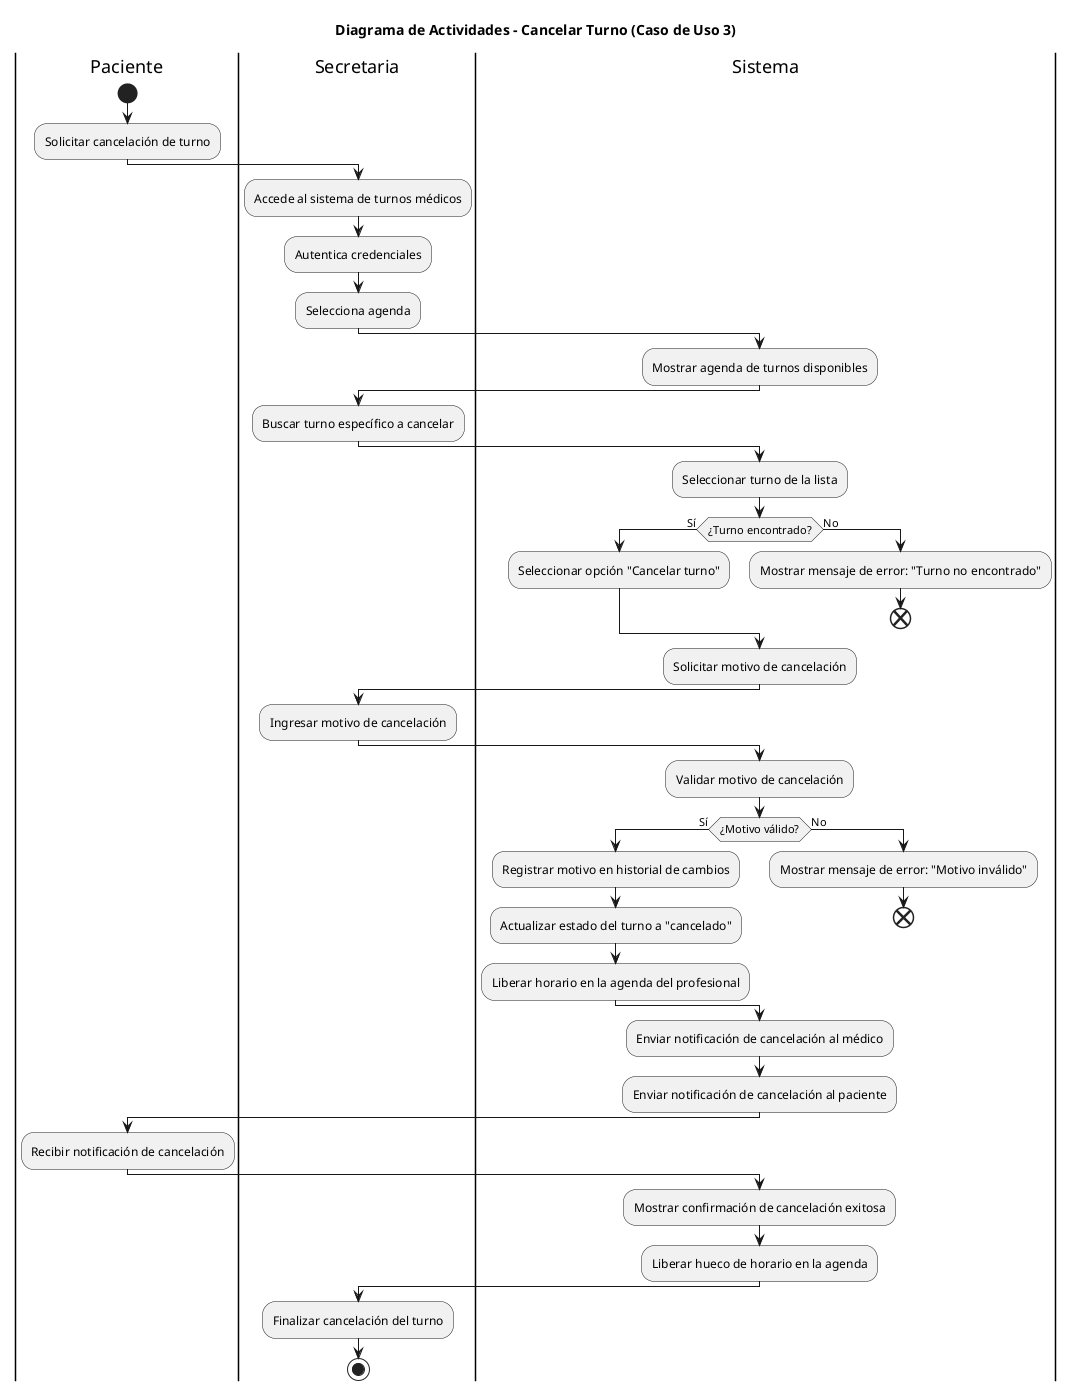
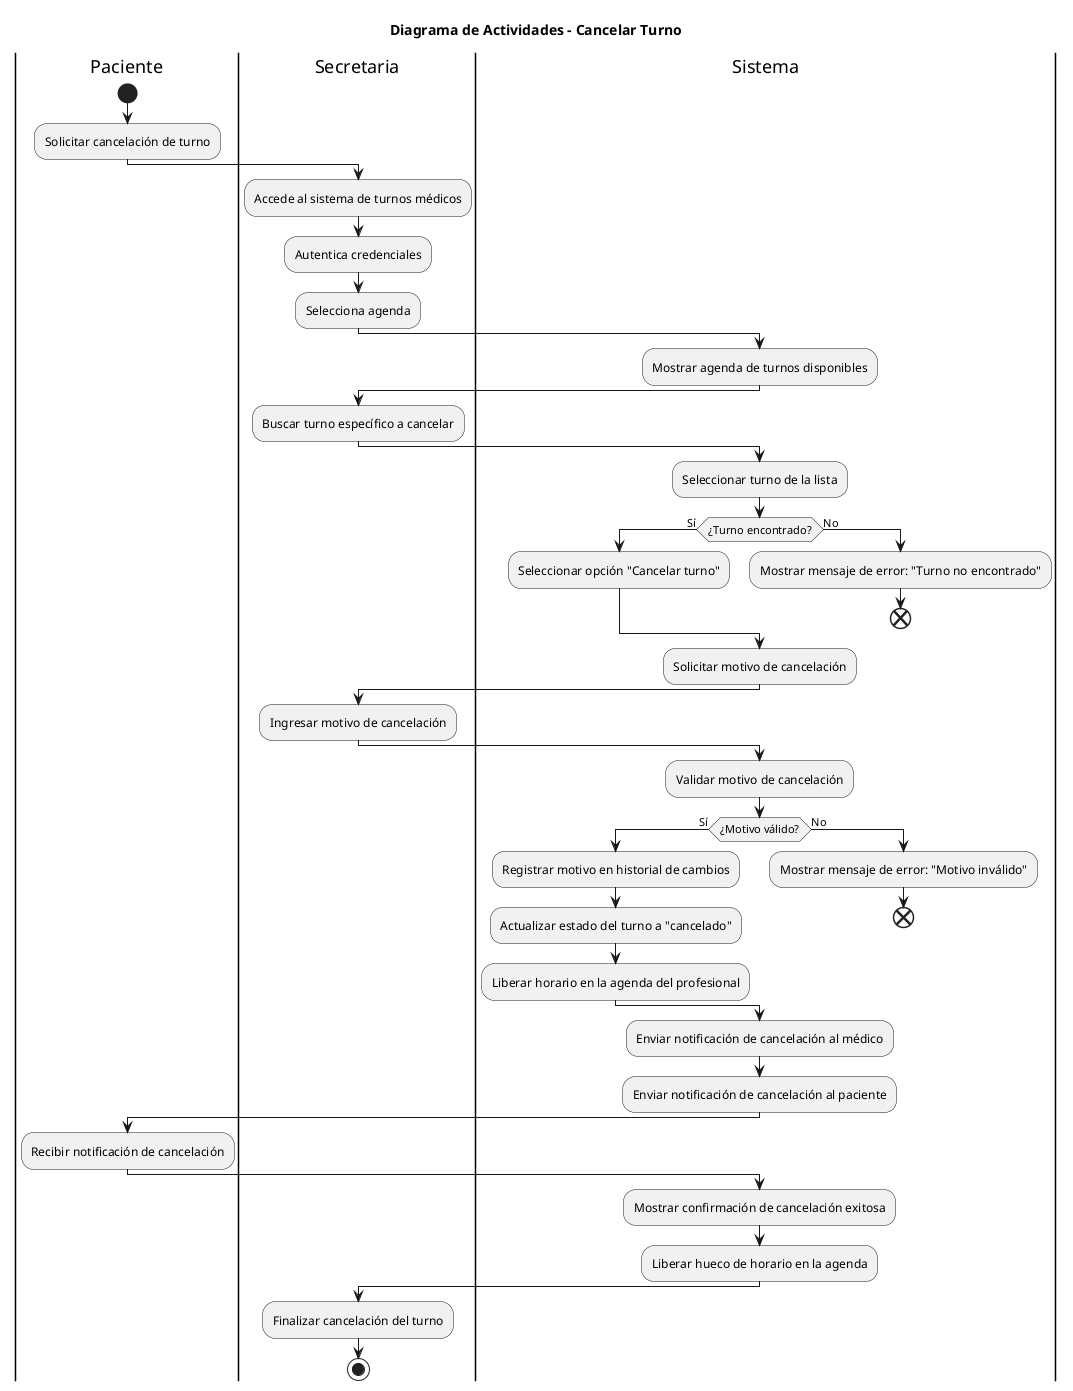
@startuml Cancelar Turno

- title Diagrama de Actividades - Cancelar Turno (Caso de Uso 3)
+ title Diagrama de Actividades - Cancelar Turno
|Paciente|

start
:Solicitar cancelación de turno;
|Secretaria|
:Accede al sistema de turnos médicos;
:Autentica credenciales;
:Selecciona agenda;

|Sistema|
:Mostrar agenda de turnos disponibles;

|Secretaria|
:Buscar turno específico a cancelar;
 |Sistema|
:Seleccionar turno de la lista;

if (¿Turno encontrado?) then (Sí)
    :Seleccionar opción "Cancelar turno";
else (No)
    :Mostrar mensaje de error: "Turno no encontrado";
    end
endif

:Solicitar motivo de cancelación;

|Secretaria|
:Ingresar motivo de cancelación;

|Sistema|
:Validar motivo de cancelación;

if (¿Motivo válido?) then (Sí)
    :Registrar motivo en historial de cambios;
    :Actualizar estado del turno a "cancelado";
    :Liberar horario en la agenda del profesional;
else (No)
    :Mostrar mensaje de error: "Motivo inválido";
    end
endif

|Sistema|
:Enviar notificación de cancelación al médico;
:Enviar notificación de cancelación al paciente;


|Paciente|
:Recibir notificación de cancelación;

|Sistema|
:Mostrar confirmación de cancelación exitosa;
:Liberar hueco de horario en la agenda;

|Secretaria|
:Finalizar cancelación del turno;

stop

@enduml